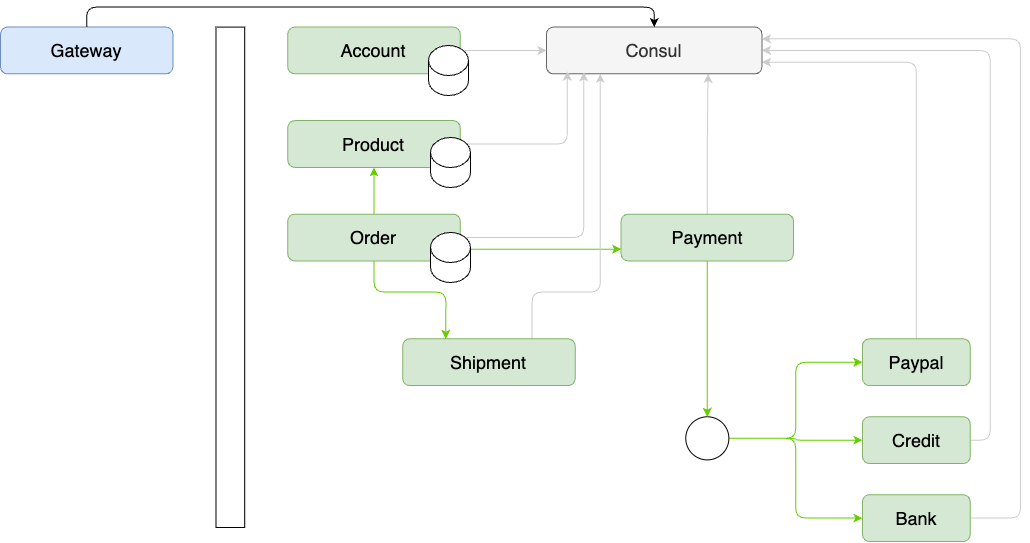
This is assignment.drawio.png from sainturb/miu-sa_rental-apartment, a draw.io export, as it was before one commit. Source tidied: cells renumbered, new cells last; positions are measured from the earlier drawing's top-left corner, leaving out a move shared by most shapes.
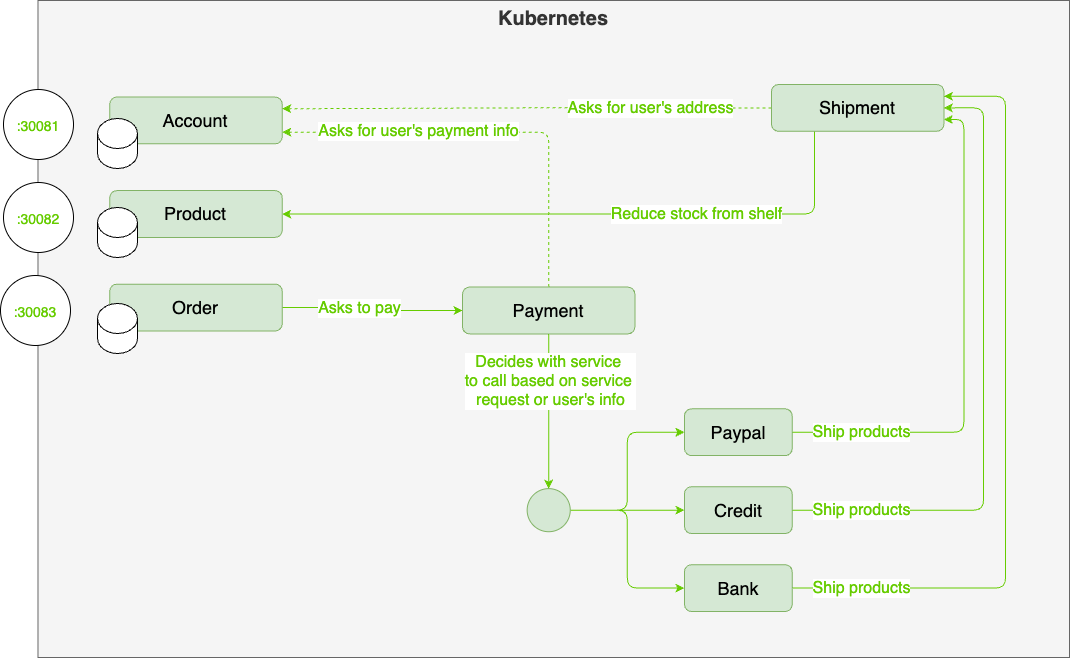
Above is the later version.

Diff of the diagram source:
```diff
@@ -2,116 +2,134 @@
   <root>
     <mxCell id="0" />
     <mxCell id="1" parent="0" />
-    <mxCell id="2" style="group;fontSize=18;" parent="1" vertex="1">
-      <mxGeometry width="1020" height="530" as="geometry" />
-    </mxCell>
-    <mxCell id="3" value="Gateway" style="rounded=1;whiteSpace=wrap;html=1;fillColor=#dae8fc;strokeColor=#6c8ebf;fontSize=18;" parent="2" vertex="1">
-      <mxGeometry y="15.6" width="172.4" height="46.8" as="geometry" />
-    </mxCell>
-    <mxCell id="4" value="Consul" style="rounded=1;whiteSpace=wrap;html=1;fillColor=#f5f5f5;fontColor=#333333;strokeColor=#666666;fontSize=18;" parent="2" vertex="1">
-      <mxGeometry x="545.9" y="15.6" width="215.5" height="46.8" as="geometry" />
-    </mxCell>
-    <mxCell id="5" style="edgeStyle=orthogonalEdgeStyle;rounded=1;jettySize=auto;html=1;exitX=0.5;exitY=0;exitDx=0;exitDy=0;entryX=0.5;entryY=0;entryDx=0;entryDy=0;" parent="2" edge="1" source="3" target="4">
-      <mxGeometry relative="1" as="geometry" />
-    </mxCell>
-    <mxCell id="6" style="edgeStyle=orthogonalEdgeStyle;rounded=1;jettySize=auto;html=1;exitX=1;exitY=0.5;exitDx=0;exitDy=0;entryX=0;entryY=0.5;entryDx=0;entryDy=0;strokeColor=#CCCCCC;" parent="2" edge="1" source="7" target="4">
-      <mxGeometry relative="1" as="geometry" />
-    </mxCell>
+    <mxCell id="30" value="Kubernetes" style="rounded=0;whiteSpace=wrap;html=1;fillColor=#f5f5f5;fontColor=#333333;strokeColor=#666666;verticalAlign=top;fontSize=20;fontStyle=1;" parent="1" vertex="1">
+      <mxGeometry x="143.5" y="10" width="1031.5" height="657" as="geometry" />
+    </mxCell>
+    <mxCell id="34" style="edgeStyle=orthogonalEdgeStyle;rounded=1;jettySize=auto;html=1;exitX=0;exitY=0.5;exitDx=0;exitDy=0;entryX=1;entryY=0.25;entryDx=0;entryDy=0;strokeColor=#66CC00;dashed=1;" parent="1" edge="1" source="28" target="7">
+      <mxGeometry relative="1" as="geometry" />
+    </mxCell>
+    <mxCell id="35" value="Asks for user's address" style="edgeLabel;html=1;align=center;verticalAlign=middle;fontSize=16;fontColor=#66CC00;" parent="34" vertex="1">
+      <mxGeometry x="-0.27" y="-3" relative="1" as="geometry">
+        <mxPoint x="57" y="3" as="offset" />
+      </mxGeometry>
+    </mxCell>
+    <mxCell id="36" style="edgeStyle=orthogonalEdgeStyle;rounded=1;jettySize=auto;html=1;exitX=0.25;exitY=1;exitDx=0;exitDy=0;entryX=1;entryY=0.5;entryDx=0;entryDy=0;strokeColor=#66CC00;" parent="1" edge="1" source="28" target="9">
+      <mxGeometry relative="1" as="geometry" />
+    </mxCell>
+    <mxCell id="37" value="Reduce stock from shelf" style="edgeLabel;html=1;align=center;verticalAlign=middle;fontColor=#66CC00;fontSize=16;" parent="36" vertex="1">
+      <mxGeometry x="-0.28" y="1" relative="1" as="geometry">
+        <mxPoint x="20" y="-1" as="offset" />
+      </mxGeometry>
+    </mxCell>
+    <mxCell id="28" value="Shipment" style="rounded=1;whiteSpace=wrap;html=1;fillColor=#d5e8d4;strokeColor=#82b366;fontSize=18;" parent="1" vertex="1">
+      <mxGeometry x="877" y="94" width="172.4" height="46.8" as="geometry" />
+    </mxCell>
+    <mxCell id="38" style="edgeStyle=orthogonalEdgeStyle;rounded=1;jettySize=auto;html=1;exitX=1;exitY=0.5;exitDx=0;exitDy=0;entryX=1;entryY=0.75;entryDx=0;entryDy=0;strokeColor=#66CC00;" parent="1" edge="1" source="17" target="28">
+      <mxGeometry relative="1" as="geometry" />
+    </mxCell>
+    <mxCell id="39" value="Ship products" style="edgeLabel;html=1;align=center;verticalAlign=middle;fontSize=16;fontColor=#66CC00;" parent="38" vertex="1">
+      <mxGeometry x="-0.79" relative="1" as="geometry">
+        <mxPoint x="16" as="offset" />
+      </mxGeometry>
+    </mxCell>
+    <mxCell id="40" style="edgeStyle=orthogonalEdgeStyle;rounded=1;jettySize=auto;html=1;exitX=1;exitY=0.5;exitDx=0;exitDy=0;entryX=1;entryY=0.5;entryDx=0;entryDy=0;strokeColor=#66CC00;" parent="1" edge="1" source="19" target="28">
+      <mxGeometry relative="1" as="geometry">
+        <Array as="points">
+          <mxPoint x="1089" y="520" />
+          <mxPoint x="1089" y="117" />
+        </Array>
+      </mxGeometry>
+    </mxCell>
+    <mxCell id="41" value="Ship products" style="edgeLabel;html=1;align=center;verticalAlign=middle;fontSize=16;fontColor=#66CC00;" parent="40" vertex="1">
+      <mxGeometry x="-0.81" y="3" relative="1" as="geometry">
+        <mxPoint x="8" y="3" as="offset" />
+      </mxGeometry>
+    </mxCell>
+    <mxCell id="42" style="edgeStyle=orthogonalEdgeStyle;rounded=1;jettySize=auto;html=1;exitX=1;exitY=0.5;exitDx=0;exitDy=0;strokeColor=#66CC00;entryX=1;entryY=0.25;entryDx=0;entryDy=0;" parent="1" edge="1" source="21" target="28">
+      <mxGeometry relative="1" as="geometry">
+        <Array as="points">
+          <mxPoint x="1111" y="598" />
+          <mxPoint x="1111" y="106" />
+        </Array>
+      </mxGeometry>
+    </mxCell>
+    <mxCell id="43" value="Ship products" style="edgeLabel;html=1;align=center;verticalAlign=middle;fontSize=16;fontColor=#66CC00;" parent="42" vertex="1">
+      <mxGeometry x="-0.89" y="-3" relative="1" as="geometry">
+        <mxPoint x="28" y="-3" as="offset" />
+      </mxGeometry>
+    </mxCell>
-    <mxCell id="7" value="Account" style="rounded=1;whiteSpace=wrap;html=1;fillColor=#d5e8d4;strokeColor=#82b366;fontSize=18;" parent="2" vertex="1">
-      <mxGeometry x="287.3" y="15.6" width="172.4" height="46.8" as="geometry" />
+    <mxCell id="7" value="Account" style="rounded=1;whiteSpace=wrap;html=1;fillColor=#d5e8d4;strokeColor=#82b366;fontSize=18;" parent="1" vertex="1">
+      <mxGeometry x="215.3" y="106.6" width="172.4" height="46.8" as="geometry" />
     </mxCell>
-    <mxCell id="8" style="edgeStyle=orthogonalEdgeStyle;rounded=1;jettySize=auto;html=1;exitX=1;exitY=0.5;exitDx=0;exitDy=0;entryX=0.097;entryY=0.951;entryDx=0;entryDy=0;entryPerimeter=0;strokeColor=#CCCCCC;" parent="2" edge="1" source="9" target="4">
-      <mxGeometry relative="1" as="geometry" />
-    </mxCell>
-    <mxCell id="9" value="Product" style="rounded=1;whiteSpace=wrap;html=1;fillColor=#d5e8d4;strokeColor=#82b366;fontSize=18;" parent="2" vertex="1">
-      <mxGeometry x="287.3" y="109.1" width="172.4" height="46.8" as="geometry" />
+    <mxCell id="9" value="Product" style="rounded=1;whiteSpace=wrap;html=1;fillColor=#d5e8d4;strokeColor=#82b366;fontSize=18;" parent="1" vertex="1">
+      <mxGeometry x="215.3" y="200.1" width="172.4" height="46.8" as="geometry" />
     </mxCell>
-    <mxCell id="10" style="edgeStyle=orthogonalEdgeStyle;rounded=1;jettySize=auto;html=1;exitX=1;exitY=0.5;exitDx=0;exitDy=0;entryX=0.173;entryY=0.967;entryDx=0;entryDy=0;entryPerimeter=0;strokeColor=#CCCCCC;" parent="2" edge="1" source="12" target="4">
-      <mxGeometry relative="1" as="geometry" />
-    </mxCell>
-    <mxCell id="11" style="edgeStyle=orthogonalEdgeStyle;rounded=1;jettySize=auto;html=1;exitX=0.5;exitY=0;exitDx=0;exitDy=0;entryX=0.5;entryY=1;entryDx=0;entryDy=0;strokeColor=#66CC00;fontSize=18;" parent="2" edge="1" source="12" target="9">
-      <mxGeometry relative="1" as="geometry" />
-    </mxCell>
+    <mxCell id="15" style="edgeStyle=orthogonalEdgeStyle;rounded=1;jettySize=auto;html=1;exitX=1;exitY=0.5;exitDx=0;exitDy=0;entryX=0;entryY=0.5;entryDx=0;entryDy=0;strokeColor=#66CC00;" parent="1" edge="1" source="12" target="14">
+      <mxGeometry relative="1" as="geometry" />
+    </mxCell>
+    <mxCell id="44" value="Asks to pay" style="edgeLabel;html=1;align=center;verticalAlign=middle;fontSize=16;fontColor=#66CC00;" parent="15" vertex="1">
+      <mxGeometry x="-0.17" relative="1" as="geometry" />
+    </mxCell>
-    <mxCell id="12" value="Order" style="rounded=1;whiteSpace=wrap;html=1;fillColor=#d5e8d4;strokeColor=#82b366;fontSize=18;" parent="2" vertex="1">
-      <mxGeometry x="287.3" y="202.6" width="172.4" height="46.8" as="geometry" />
+    <mxCell id="12" value="Order" style="rounded=1;whiteSpace=wrap;html=1;fillColor=#d5e8d4;strokeColor=#82b366;fontSize=18;" parent="1" vertex="1">
+      <mxGeometry x="215.3" y="293.6" width="172.4" height="46.8" as="geometry" />
     </mxCell>
-    <mxCell id="13" style="edgeStyle=orthogonalEdgeStyle;rounded=1;jettySize=auto;html=1;exitX=0.5;exitY=0;exitDx=0;exitDy=0;entryX=0.75;entryY=1;entryDx=0;entryDy=0;strokeColor=#CCCCCC;" parent="2" edge="1" source="14" target="4">
-      <mxGeometry relative="1" as="geometry" />
-    </mxCell>
+    <mxCell id="45" style="edgeStyle=orthogonalEdgeStyle;rounded=1;jettySize=auto;html=1;exitX=0.5;exitY=0;exitDx=0;exitDy=0;entryX=1;entryY=0.75;entryDx=0;entryDy=0;strokeColor=#66CC00;dashed=1;" parent="1" edge="1" source="14" target="7">
+      <mxGeometry relative="1" as="geometry" />
+    </mxCell>
+    <mxCell id="46" value="Asks for user's payment info" style="edgeLabel;html=1;align=center;verticalAlign=middle;fontSize=16;fontColor=#66CC00;" parent="45" vertex="1">
+      <mxGeometry x="-0.69" y="3" relative="1" as="geometry">
+        <mxPoint x="-128" y="-91" as="offset" />
+      </mxGeometry>
+    </mxCell>
-    <mxCell id="14" value="Payment" style="rounded=1;whiteSpace=wrap;html=1;fillColor=#d5e8d4;strokeColor=#82b366;fontSize=18;" parent="2" vertex="1">
-      <mxGeometry x="620.6" y="202.6" width="172.4" height="46.8" as="geometry" />
+    <mxCell id="14" value="Payment" style="rounded=1;whiteSpace=wrap;html=1;fillColor=#d5e8d4;strokeColor=#82b366;fontSize=18;" parent="1" vertex="1">
+      <mxGeometry x="568" y="296.6" width="172.4" height="46.8" as="geometry" />
     </mxCell>
-    <mxCell id="15" style="edgeStyle=orthogonalEdgeStyle;rounded=1;jettySize=auto;html=1;exitX=1;exitY=0.75;exitDx=0;exitDy=0;entryX=0;entryY=0.75;entryDx=0;entryDy=0;strokeColor=#66CC00;" parent="2" edge="1" source="12" target="14">
-      <mxGeometry relative="1" as="geometry" />
-    </mxCell>
-    <mxCell id="16" style="edgeStyle=orthogonalEdgeStyle;rounded=1;jettySize=auto;html=1;exitX=0.5;exitY=0;exitDx=0;exitDy=0;entryX=1;entryY=0.75;entryDx=0;entryDy=0;strokeColor=#CCCCCC;" parent="2" edge="1" source="17" target="4">
-      <mxGeometry relative="1" as="geometry" />
-    </mxCell>
-    <mxCell id="17" value="Paypal" style="rounded=1;whiteSpace=wrap;html=1;fillColor=#d5e8d4;strokeColor=#82b366;fontSize=18;" parent="2" vertex="1">
-      <mxGeometry x="862" y="327.4" width="107.7" height="46.8" as="geometry" />
+    <mxCell id="17" value="Paypal" style="rounded=1;whiteSpace=wrap;html=1;fillColor=#d5e8d4;strokeColor=#82b366;fontSize=18;" parent="1" vertex="1">
+      <mxGeometry x="790" y="418.4" width="107.7" height="46.8" as="geometry" />
     </mxCell>
-    <mxCell id="18" style="edgeStyle=orthogonalEdgeStyle;rounded=1;jettySize=auto;html=1;exitX=1;exitY=0.5;exitDx=0;exitDy=0;entryX=1;entryY=0.5;entryDx=0;entryDy=0;strokeColor=#CCCCCC;" parent="2" edge="1" source="19" target="4">
-      <mxGeometry relative="1" as="geometry" />
-    </mxCell>
-    <mxCell id="19" value="Credit" style="rounded=1;whiteSpace=wrap;html=1;fillColor=#d5e8d4;strokeColor=#82b366;fontSize=18;" parent="2" vertex="1">
-      <mxGeometry x="862" y="405.3" width="107.7" height="46.8" as="geometry" />
+    <mxCell id="19" value="Credit" style="rounded=1;whiteSpace=wrap;html=1;fillColor=#d5e8d4;strokeColor=#82b366;fontSize=18;" parent="1" vertex="1">
+      <mxGeometry x="790" y="496.3" width="107.7" height="46.8" as="geometry" />
     </mxCell>
-    <mxCell id="20" style="edgeStyle=orthogonalEdgeStyle;rounded=1;jettySize=auto;html=1;exitX=1;exitY=0.5;exitDx=0;exitDy=0;entryX=1;entryY=0.25;entryDx=0;entryDy=0;strokeColor=#CCCCCC;" parent="2" edge="1" source="21" target="4">
-      <mxGeometry relative="1" as="geometry">
-        <Array as="points">
-          <mxPoint x="1020" y="506.6" />
-          <mxPoint x="1020" y="28.1" />
-        </Array>
-      </mxGeometry>
-    </mxCell>
-    <mxCell id="21" value="Bank" style="rounded=1;whiteSpace=wrap;html=1;fillColor=#d5e8d4;strokeColor=#82b366;fontSize=18;" parent="2" vertex="1">
-      <mxGeometry x="862" y="483.2" width="107.7" height="46.8" as="geometry" />
+    <mxCell id="21" value="Bank" style="rounded=1;whiteSpace=wrap;html=1;fillColor=#d5e8d4;strokeColor=#82b366;fontSize=18;" parent="1" vertex="1">
+      <mxGeometry x="790" y="574.2" width="107.7" height="46.8" as="geometry" />
     </mxCell>
-    <mxCell id="22" style="edgeStyle=orthogonalEdgeStyle;rounded=1;jettySize=auto;html=1;exitX=1;exitY=0.5;exitDx=0;exitDy=0;entryX=0;entryY=0.5;entryDx=0;entryDy=0;strokeColor=#66CC00;" parent="2" edge="1" source="25" target="17">
+    <mxCell id="22" style="edgeStyle=orthogonalEdgeStyle;rounded=1;jettySize=auto;html=1;exitX=1;exitY=0.5;exitDx=0;exitDy=0;entryX=0;entryY=0.5;entryDx=0;entryDy=0;strokeColor=#66CC00;" parent="1" edge="1" source="25" target="17">
       <mxGeometry relative="1" as="geometry" />
     </mxCell>
-    <mxCell id="23" style="edgeStyle=orthogonalEdgeStyle;rounded=1;jettySize=auto;html=1;exitX=1;exitY=0.5;exitDx=0;exitDy=0;strokeColor=#66CC00;" parent="2" edge="1" source="25" target="19">
+    <mxCell id="23" style="edgeStyle=orthogonalEdgeStyle;rounded=1;jettySize=auto;html=1;exitX=1;exitY=0.5;exitDx=0;exitDy=0;strokeColor=#66CC00;" parent="1" edge="1" source="25" target="19">
       <mxGeometry relative="1" as="geometry" />
     </mxCell>
-    <mxCell id="24" style="edgeStyle=orthogonalEdgeStyle;rounded=1;jettySize=auto;html=1;exitX=1;exitY=0.5;exitDx=0;exitDy=0;entryX=0;entryY=0.5;entryDx=0;entryDy=0;strokeColor=#66CC00;" parent="2" edge="1" source="25" target="21">
+    <mxCell id="24" style="edgeStyle=orthogonalEdgeStyle;rounded=1;jettySize=auto;html=1;exitX=1;exitY=0.5;exitDx=0;exitDy=0;entryX=0;entryY=0.5;entryDx=0;entryDy=0;strokeColor=#66CC00;" parent="1" edge="1" source="25" target="21">
       <mxGeometry relative="1" as="geometry" />
     </mxCell>
-    <mxCell id="25" style="ellipse;whiteSpace=wrap;html=1;" parent="2" vertex="1">
-      <mxGeometry x="685.3" y="405.3" width="43.1" height="43.1" as="geometry" />
+    <mxCell id="25" style="ellipse;whiteSpace=wrap;html=1;fillColor=#d5e8d4;strokeColor=#82b366;" parent="1" vertex="1">
+      <mxGeometry x="632.6" y="498.1" width="43.1" height="43.1" as="geometry" />
     </mxCell>
-    <mxCell id="26" style="edgeStyle=orthogonalEdgeStyle;rounded=1;jettySize=auto;html=1;exitX=0.5;exitY=1;exitDx=0;exitDy=0;strokeColor=#66CC00;" parent="2" edge="1" source="14" target="25">
+    <mxCell id="26" style="edgeStyle=orthogonalEdgeStyle;rounded=1;jettySize=auto;html=1;exitX=0.5;exitY=1;exitDx=0;exitDy=0;strokeColor=#66CC00;" parent="1" edge="1" source="14" target="25">
       <mxGeometry relative="1" as="geometry" />
     </mxCell>
-    <mxCell id="27" style="edgeStyle=orthogonalEdgeStyle;rounded=1;jettySize=auto;html=1;exitX=0.75;exitY=0;exitDx=0;exitDy=0;entryX=0.25;entryY=1;entryDx=0;entryDy=0;strokeColor=#CCCCCC;" parent="2" edge="1" source="28" target="4">
-      <mxGeometry relative="1" as="geometry">
-        <Array as="points">
-          <mxPoint x="531.5" y="280.6" />
-          <mxPoint x="600.5" y="280.6" />
-        </Array>
-      </mxGeometry>
-    </mxCell>
-    <mxCell id="28" value="Shipment" style="rounded=1;whiteSpace=wrap;html=1;fillColor=#d5e8d4;strokeColor=#82b366;fontSize=18;" parent="2" vertex="1">
-      <mxGeometry x="402.3" y="327.4" width="172.4" height="46.8" as="geometry" />
-    </mxCell>
-    <mxCell id="29" style="edgeStyle=orthogonalEdgeStyle;rounded=1;jettySize=auto;html=1;exitX=0.5;exitY=1;exitDx=0;exitDy=0;entryX=0.25;entryY=0;entryDx=0;entryDy=0;strokeColor=#66CC00;" parent="2" edge="1" source="12" target="28">
-      <mxGeometry relative="1" as="geometry">
-        <Array as="points">
-          <mxPoint x="373.5" y="280.6" />
-          <mxPoint x="445.4" y="280.6" />
-        </Array>
-      </mxGeometry>
-    </mxCell>
-    <mxCell id="30" style="rounded=0;whiteSpace=wrap;html=1;" parent="2" vertex="1">
-      <mxGeometry x="215.5" y="15.6" width="28.7" height="500.4" as="geometry" />
-    </mxCell>
+    <mxCell id="47" value="Decides with service &lt;br&gt;to call based on service &lt;br&gt;request or user's info" style="edgeLabel;html=1;align=center;verticalAlign=middle;fontSize=16;fontColor=#66CC00;" parent="26" vertex="1">
+      <mxGeometry x="-0.41" y="1" relative="1" as="geometry">
+        <mxPoint y="1" as="offset" />
+      </mxGeometry>
+    </mxCell>
-    <mxCell id="31" style="shape=cylinder3;whiteSpace=wrap;html=1;boundedLbl=1;backgroundOutline=1;size=15;" parent="2" vertex="1">
-      <mxGeometry x="428" y="34" width="40" height="50" as="geometry" />
+    <mxCell id="31" style="shape=cylinder3;whiteSpace=wrap;html=1;boundedLbl=1;backgroundOutline=1;size=15;" parent="1" vertex="1">
+      <mxGeometry x="203" y="128" width="40" height="50" as="geometry" />
     </mxCell>
-    <mxCell id="32" style="shape=cylinder3;whiteSpace=wrap;html=1;boundedLbl=1;backgroundOutline=1;size=15;" parent="2" vertex="1">
-      <mxGeometry x="430" y="126" width="40" height="50" as="geometry" />
+    <mxCell id="32" style="shape=cylinder3;whiteSpace=wrap;html=1;boundedLbl=1;backgroundOutline=1;size=15;" parent="1" vertex="1">
+      <mxGeometry x="203" y="217" width="40" height="50" as="geometry" />
     </mxCell>
-    <mxCell id="33" style="shape=cylinder3;whiteSpace=wrap;html=1;boundedLbl=1;backgroundOutline=1;size=15;" parent="2" vertex="1">
-      <mxGeometry x="430" y="221" width="40" height="50" as="geometry" />
+    <mxCell id="33" style="shape=cylinder3;whiteSpace=wrap;html=1;boundedLbl=1;backgroundOutline=1;size=15;" parent="1" vertex="1">
+      <mxGeometry x="203" y="313" width="40" height="50" as="geometry" />
     </mxCell>
+    <mxCell id="48" value="&lt;font style=&quot;font-size: 14px;&quot;&gt;:30081&lt;/font&gt;" style="ellipse;whiteSpace=wrap;html=1;fontSize=20;fontColor=#66CC00;" parent="1" vertex="1">
+      <mxGeometry x="109" y="99" width="70" height="70" as="geometry" />
+    </mxCell>
+    <mxCell id="49" value="&lt;font style=&quot;font-size: 14px;&quot;&gt;:30082&lt;/font&gt;" style="ellipse;whiteSpace=wrap;html=1;fontSize=20;fontColor=#66CC00;" parent="1" vertex="1">
+      <mxGeometry x="109" y="192" width="70" height="70" as="geometry" />
+    </mxCell>
+    <mxCell id="50" value="&lt;font style=&quot;font-size: 14px;&quot;&gt;:30083&lt;/font&gt;" style="ellipse;whiteSpace=wrap;html=1;fontSize=20;fontColor=#66CC00;" parent="1" vertex="1">
+      <mxGeometry x="106" y="285" width="70" height="70" as="geometry" />
+    </mxCell>
   </root>
 </mxGraphModel>
```
